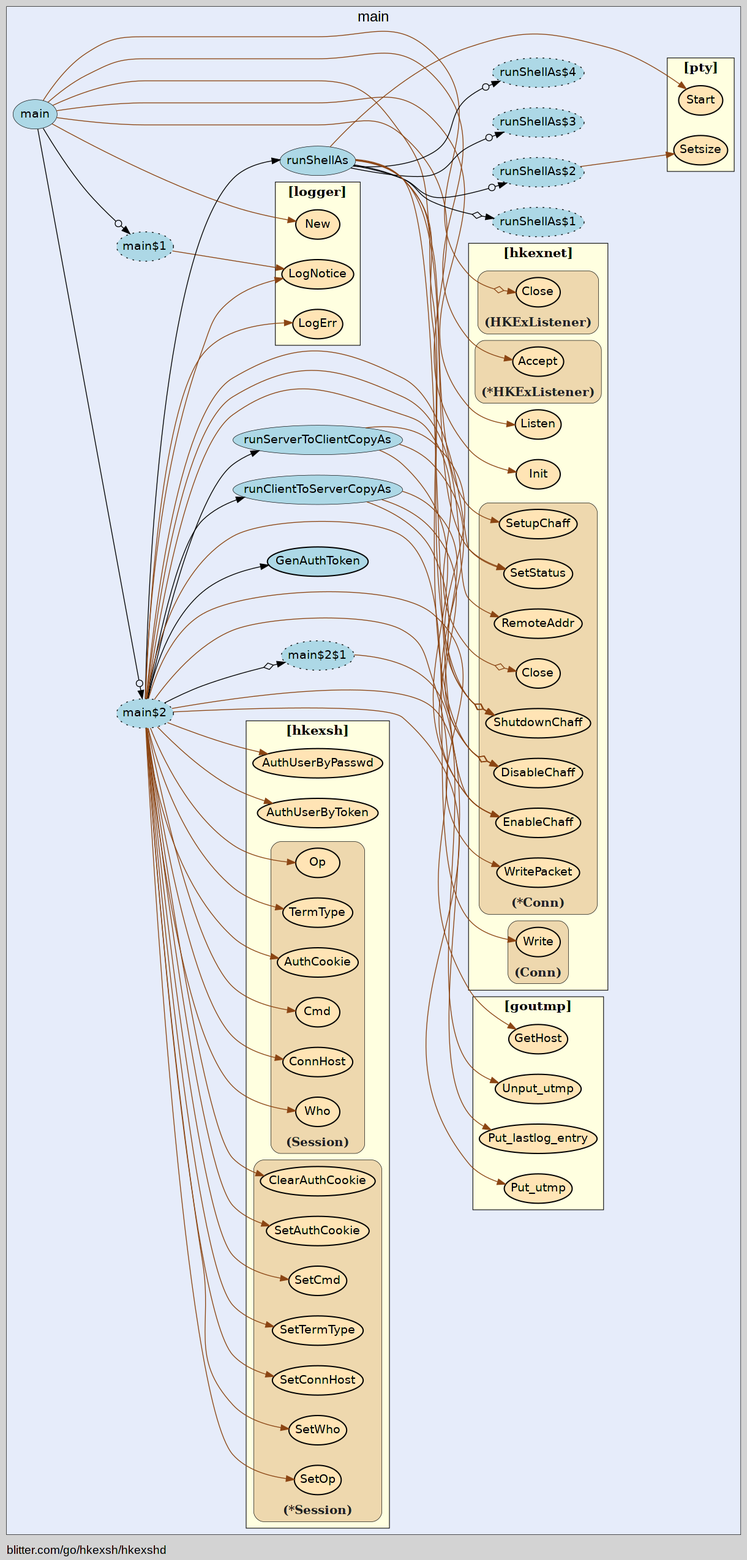
Above: hkexshd/hkexshd-vis.gv.png in isgasho/xs (Graphviz), before the change. Its source is kept beside it as hkexshd/hkexshd-vis.gv.
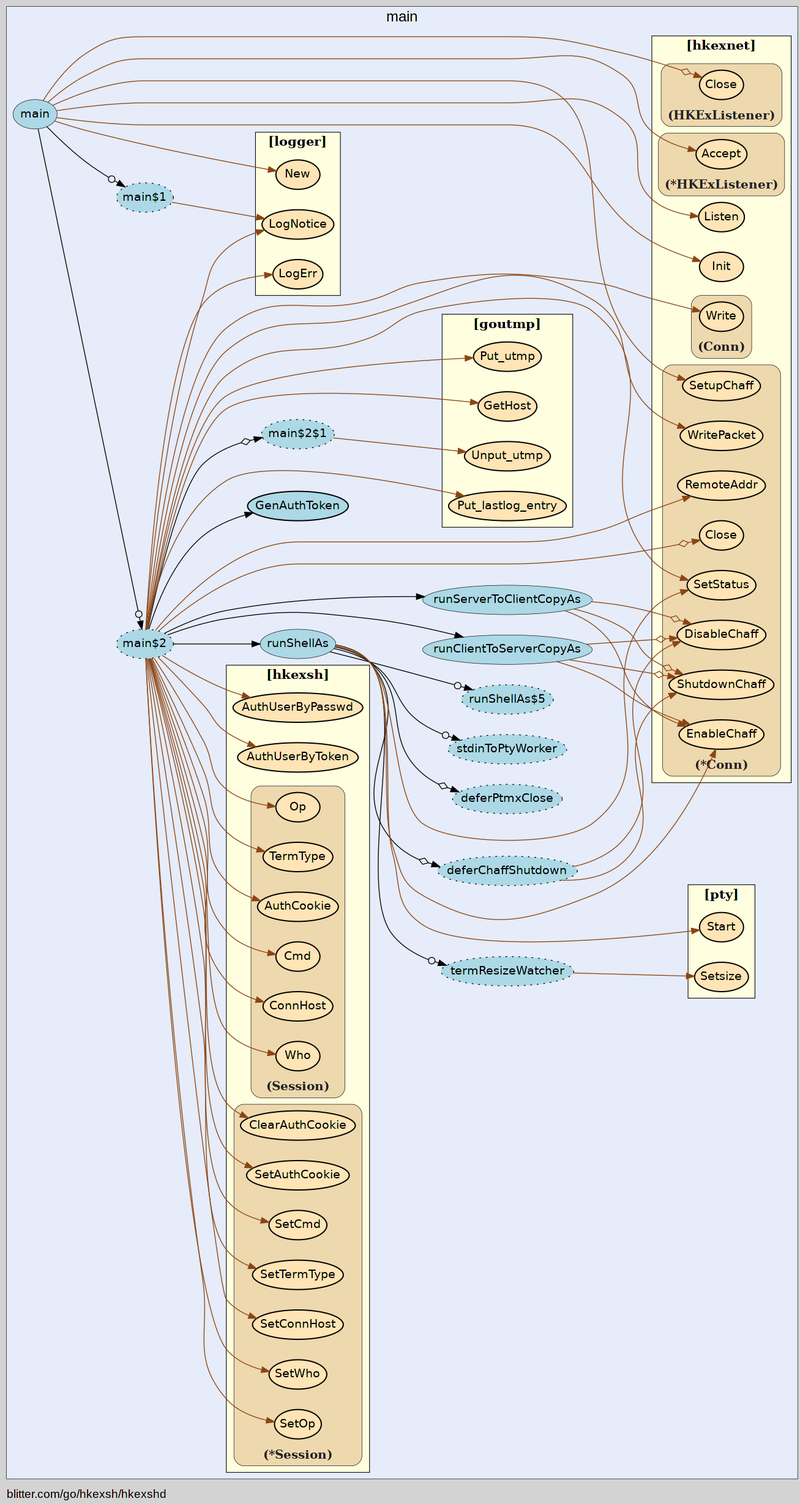
After the change.

Diff of the diagram source:
```diff
@@ -20,85 +20,86 @@
 labeljust="c";
 fontsize="18";
 
-        "blitter.com/go/hkexsh/hkexshd.main$1" [ label="main$1" style="dotted,filled" fillcolor="lightblue" ]
+        "blitter.com/go/hkexsh/hkexshd.main$1" [ fillcolor="lightblue" label="main$1" style="dotted,filled" ]
         "blitter.com/go/hkexsh/hkexshd.main" [ fillcolor="lightblue" label="main" penwidth="0.5" ]
-        "blitter.com/go/hkexsh/hkexshd.main$2" [ style="dotted,filled" fillcolor="lightblue" label="main$2" ]
-        "blitter.com/go/hkexsh/hkexshd.GenAuthToken" [ label="GenAuthToken" penwidth="1.5" fillcolor="lightblue" ]
+        "blitter.com/go/hkexsh/hkexshd.main$2" [ fillcolor="lightblue" label="main$2" style="dotted,filled" ]
+        "blitter.com/go/hkexsh/hkexshd.GenAuthToken" [ fillcolor="lightblue" label="GenAuthToken" penwidth="1.5" ]
         "blitter.com/go/hkexsh/hkexshd.runShellAs" [ fillcolor="lightblue" label="runShellAs" penwidth="0.5" ]
-        "blitter.com/go/hkexsh/hkexshd.runShellAs$1" [ style="dotted,filled" fillcolor="lightblue" label="runShellAs$1" ]
-        "blitter.com/go/hkexsh/hkexshd.runShellAs$2" [ fillcolor="lightblue" label="runShellAs$2" style="dotted,filled" ]
-        "blitter.com/go/hkexsh/hkexshd.runShellAs$3" [ fillcolor="lightblue" label="runShellAs$3" style="dotted,filled" ]
-        "blitter.com/go/hkexsh/hkexshd.runShellAs$4" [ label="runShellAs$4" style="dotted,filled" fillcolor="lightblue" ]
-        "blitter.com/go/hkexsh/hkexshd.main$2$1" [ fillcolor="lightblue" label="main$2$1" style="dotted,filled" ]
-        "blitter.com/go/hkexsh/hkexshd.runClientToServerCopyAs" [ fillcolor="lightblue" label="runClientToServerCopyAs" penwidth="0.5" ]
+        "blitter.com/go/hkexsh/hkexshd.runShellAs$1" [ fillcolor="lightblue" label="deferPtmxClose" style="dotted,filled" ]
+        "blitter.com/go/hkexsh/hkexshd.runShellAs$2" [ fillcolor="lightblue" label="termResizeWatcher" style="dotted,filled" ]
+        "blitter.com/go/hkexsh/hkexshd.runShellAs$3" [ fillcolor="lightblue" label="stdinToPtyWorker" style="dotted,filled" ]
+        "blitter.com/go/hkexsh/hkexshd.runShellAs$4" [ fillcolor="lightblue" label="deferChaffShutdown" style="dotted,filled" ]
+        "blitter.com/go/hkexsh/hkexshd.runShellAs$5" [ fillcolor="lightblue" label="runShellAs$5" style="dotted,filled" ]
+        "blitter.com/go/hkexsh/hkexshd.main$2$1" [ label="main$2$1" style="dotted,filled" fillcolor="lightblue" ]
+        "blitter.com/go/hkexsh/hkexshd.runClientToServerCopyAs" [ penwidth="0.5" fillcolor="lightblue" label="runClientToServerCopyAs" ]
         "blitter.com/go/hkexsh/hkexshd.runServerToClientCopyAs" [ fillcolor="lightblue" label="runServerToClientCopyAs" penwidth="0.5" ]
 
         subgraph "cluster_blitter.com/go/goutmp" {
-        penwidth="0.8";
+        style="filled";
 fillcolor="lightyellow";
+label="[goutmp]";
 URL="/?f=blitter.com/go/goutmp";
+tooltip="package: blitter.com/go/goutmp";
+penwidth="0.8";
 fontsize="16";
-style="filled";
 fontname="bold";
 rank="sink";
-label="[goutmp]";
-tooltip="package: blitter.com/go/goutmp";
 
         "blitter.com/go/goutmp.GetHost" [ fillcolor="moccasin" label="GetHost" penwidth="1.5" ]
-        "blitter.com/go/goutmp.Put_utmp" [ fillcolor="moccasin" label="Put_utmp" penwidth="1.5" ]
-        "blitter.com/go/goutmp.Unput_utmp" [ fillcolor="moccasin" label="Unput_utmp" penwidth="1.5" ]
+        "blitter.com/go/goutmp.Put_utmp" [ penwidth="1.5" fillcolor="moccasin" label="Put_utmp" ]
+        "blitter.com/go/goutmp.Unput_utmp" [ label="Unput_utmp" penwidth="1.5" fillcolor="moccasin" ]
         "blitter.com/go/goutmp.Put_lastlog_entry" [ fillcolor="moccasin" label="Put_lastlog_entry" penwidth="1.5" ]
 
     }
 
         subgraph "cluster_blitter.com/go/hkexsh" {
         style="filled";
-fontname="bold";
+fillcolor="lightyellow";
 label="[hkexsh]";
-fontsize="16";
-fillcolor="lightyellow";
-rank="sink";
-URL="/?f=blitter.com/go/hkexsh";
 tooltip="package: blitter.com/go/hkexsh";
 penwidth="0.8";
+fontsize="16";
+URL="/?f=blitter.com/go/hkexsh";
+fontname="bold";
+rank="sink";
 
         "blitter.com/go/hkexsh.AuthUserByToken" [ fillcolor="moccasin" label="AuthUserByToken" penwidth="1.5" ]
         "blitter.com/go/hkexsh.AuthUserByPasswd" [ fillcolor="moccasin" label="AuthUserByPasswd" penwidth="1.5" ]
 
         subgraph "cluster_*blitter.com/go/hkexsh.Session" {
-        fontsize="15";
-fontcolor="#222222";
-labelloc="b";
+        labelloc="b";
 style="rounded,filled";
 fillcolor="wheat2";
 label="(*Session)";
 tooltip="type: *blitter.com/go/hkexsh.Session";
 penwidth="0.5";
+fontsize="15";
+fontcolor="#222222";
 
-        "(*blitter.com/go/hkexsh.Session).SetOp" [ fillcolor="moccasin" label="SetOp" penwidth="1.5" ]
+        "(*blitter.com/go/hkexsh.Session).SetOp" [ label="SetOp" penwidth="1.5" fillcolor="moccasin" ]
         "(*blitter.com/go/hkexsh.Session).SetWho" [ fillcolor="moccasin" label="SetWho" penwidth="1.5" ]
         "(*blitter.com/go/hkexsh.Session).SetConnHost" [ fillcolor="moccasin" label="SetConnHost" penwidth="1.5" ]
         "(*blitter.com/go/hkexsh.Session).SetTermType" [ fillcolor="moccasin" label="SetTermType" penwidth="1.5" ]
         "(*blitter.com/go/hkexsh.Session).SetCmd" [ penwidth="1.5" fillcolor="moccasin" label="SetCmd" ]
         "(*blitter.com/go/hkexsh.Session).SetAuthCookie" [ fillcolor="moccasin" label="SetAuthCookie" penwidth="1.5" ]
-        "(*blitter.com/go/hkexsh.Session).ClearAuthCookie" [ fillcolor="moccasin" label="ClearAuthCookie" penwidth="1.5" ]
+        "(*blitter.com/go/hkexsh.Session).ClearAuthCookie" [ label="ClearAuthCookie" penwidth="1.5" fillcolor="moccasin" ]
 
     }
 
         subgraph "cluster_blitter.com/go/hkexsh.Session" {
-        fontcolor="#222222";
+        label="(Session)";
+tooltip="type: blitter.com/go/hkexsh.Session";
+penwidth="0.5";
+fontsize="15";
+fontcolor="#222222";
 labelloc="b";
 style="rounded,filled";
 fillcolor="wheat2";
-label="(Session)";
-tooltip="type: blitter.com/go/hkexsh.Session";
-penwidth="0.5";
-fontsize="15";
 
-        "(blitter.com/go/hkexsh.Session).Op" [ fillcolor="moccasin" label="Op" penwidth="1.5" ]
+        "(blitter.com/go/hkexsh.Session).Op" [ penwidth="1.5" fillcolor="moccasin" label="Op" ]
         "(blitter.com/go/hkexsh.Session).Who" [ fillcolor="moccasin" label="Who" penwidth="1.5" ]
-        "(blitter.com/go/hkexsh.Session).ConnHost" [ label="ConnHost" penwidth="1.5" fillcolor="moccasin" ]
-        "(blitter.com/go/hkexsh.Session).Cmd" [ label="Cmd" penwidth="1.5" fillcolor="moccasin" ]
+        "(blitter.com/go/hkexsh.Session).ConnHost" [ fillcolor="moccasin" label="ConnHost" penwidth="1.5" ]
+        "(blitter.com/go/hkexsh.Session).Cmd" [ fillcolor="moccasin" label="Cmd" penwidth="1.5" ]
         "(blitter.com/go/hkexsh.Session).AuthCookie" [ fillcolor="moccasin" label="AuthCookie" penwidth="1.5" ]
         "(blitter.com/go/hkexsh.Session).TermType" [ fillcolor="moccasin" label="TermType" penwidth="1.5" ]
 
@@ -107,34 +108,34 @@
     }
 
         subgraph "cluster_blitter.com/go/hkexsh/hkexnet" {
-        fillcolor="lightyellow";
+        tooltip="package: blitter.com/go/hkexsh/hkexnet";
 fontname="bold";
-tooltip="package: blitter.com/go/hkexsh/hkexnet";
+rank="sink";
+label="[hkexnet]";
+fillcolor="lightyellow";
 URL="/?f=blitter.com/go/hkexsh/hkexnet";
 penwidth="0.8";
 fontsize="16";
 style="filled";
-rank="sink";
-label="[hkexnet]";
 
-        "blitter.com/go/hkexsh/hkexnet.Init" [ fillcolor="moccasin" label="Init" penwidth="1.5" ]
+        "blitter.com/go/hkexsh/hkexnet.Init" [ label="Init" penwidth="1.5" fillcolor="moccasin" ]
         "blitter.com/go/hkexsh/hkexnet.Listen" [ fillcolor="moccasin" label="Listen" penwidth="1.5" ]
 
         subgraph "cluster_*blitter.com/go/hkexsh/hkexnet.Conn" {
-        fillcolor="wheat2";
+        style="rounded,filled";
+fillcolor="wheat2";
 label="(*Conn)";
 tooltip="type: *blitter.com/go/hkexsh/hkexnet.Conn";
 penwidth="0.5";
 fontsize="15";
 fontcolor="#222222";
 labelloc="b";
-style="rounded,filled";
 
-        "(*blitter.com/go/hkexsh/hkexnet.Conn).SetupChaff" [ label="SetupChaff" penwidth="1.5" fillcolor="moccasin" ]
+        "(*blitter.com/go/hkexsh/hkexnet.Conn).SetupChaff" [ fillcolor="moccasin" label="SetupChaff" penwidth="1.5" ]
         "(*blitter.com/go/hkexsh/hkexnet.Conn).Close" [ fillcolor="moccasin" label="Close" penwidth="1.5" ]
-        "(*blitter.com/go/hkexsh/hkexnet.Conn).RemoteAddr" [ fillcolor="moccasin" label="RemoteAddr" penwidth="1.5" ]
+        "(*blitter.com/go/hkexsh/hkexnet.Conn).RemoteAddr" [ label="RemoteAddr" penwidth="1.5" fillcolor="moccasin" ]
         "(*blitter.com/go/hkexsh/hkexnet.Conn).EnableChaff" [ fillcolor="moccasin" label="EnableChaff" penwidth="1.5" ]
-        "(*blitter.com/go/hkexsh/hkexnet.Conn).DisableChaff" [ penwidth="1.5" fillcolor="moccasin" label="DisableChaff" ]
+        "(*blitter.com/go/hkexsh/hkexnet.Conn).DisableChaff" [ fillcolor="moccasin" label="DisableChaff" penwidth="1.5" ]
         "(*blitter.com/go/hkexsh/hkexnet.Conn).ShutdownChaff" [ fillcolor="moccasin" label="ShutdownChaff" penwidth="1.5" ]
         "(*blitter.com/go/hkexsh/hkexnet.Conn).SetStatus" [ fillcolor="moccasin" label="SetStatus" penwidth="1.5" ]
         "(*blitter.com/go/hkexsh/hkexnet.Conn).WritePacket" [ fillcolor="moccasin" label="WritePacket" penwidth="1.5" ]
@@ -142,42 +143,42 @@
     }
 
         subgraph "cluster_*blitter.com/go/hkexsh/hkexnet.HKExListener" {
-        fontcolor="#222222";
+        label="(*HKExListener)";
+tooltip="type: *blitter.com/go/hkexsh/hkexnet.HKExListener";
+penwidth="0.5";
+fontsize="15";
+fontcolor="#222222";
 labelloc="b";
 style="rounded,filled";
 fillcolor="wheat2";
-label="(*HKExListener)";
-tooltip="type: *blitter.com/go/hkexsh/hkexnet.HKExListener";
-penwidth="0.5";
-fontsize="15";
 
-        "(*blitter.com/go/hkexsh/hkexnet.HKExListener).Accept" [ fillcolor="moccasin" label="Accept" penwidth="1.5" ]
+        "(*blitter.com/go/hkexsh/hkexnet.HKExListener).Accept" [ label="Accept" penwidth="1.5" fillcolor="moccasin" ]
 
     }
 
         subgraph "cluster_blitter.com/go/hkexsh/hkexnet.Conn" {
-        fontcolor="#222222";
-labelloc="b";
-style="rounded,filled";
-fillcolor="wheat2";
+        fillcolor="wheat2";
 label="(Conn)";
 tooltip="type: blitter.com/go/hkexsh/hkexnet.Conn";
 penwidth="0.5";
 fontsize="15";
+fontcolor="#222222";
+labelloc="b";
+style="rounded,filled";
 
-        "(blitter.com/go/hkexsh/hkexnet.Conn).Write" [ penwidth="1.5" fillcolor="moccasin" label="Write" ]
+        "(blitter.com/go/hkexsh/hkexnet.Conn).Write" [ fillcolor="moccasin" label="Write" penwidth="1.5" ]
 
     }
 
         subgraph "cluster_blitter.com/go/hkexsh/hkexnet.HKExListener" {
-        fillcolor="wheat2";
+        style="rounded,filled";
+fillcolor="wheat2";
 label="(HKExListener)";
 tooltip="type: blitter.com/go/hkexsh/hkexnet.HKExListener";
 penwidth="0.5";
 fontsize="15";
 fontcolor="#222222";
 labelloc="b";
-style="rounded,filled";
 
         "(blitter.com/go/hkexsh/hkexnet.HKExListener).Close" [ fillcolor="moccasin" label="Close" penwidth="1.5" ]
 
@@ -186,15 +187,15 @@
     }
 
         subgraph "cluster_blitter.com/go/hkexsh/logger" {
-        fillcolor="lightyellow";
-label="[logger]";
-penwidth="0.8";
+        penwidth="0.8";
+fontsize="16";
 style="filled";
 rank="sink";
+label="[logger]";
 URL="/?f=blitter.com/go/hkexsh/logger";
+fillcolor="lightyellow";
+fontname="bold";
 tooltip="package: blitter.com/go/hkexsh/logger";
-fontsize="16";
-fontname="bold";
 
         "blitter.com/go/hkexsh/logger.LogNotice" [ fillcolor="moccasin" label="LogNotice" penwidth="1.5" ]
         "blitter.com/go/hkexsh/logger.New" [ fillcolor="moccasin" label="New" penwidth="1.5" ]
@@ -204,14 +205,14 @@
 
         subgraph "cluster_github.com/kr/pty" {
         fillcolor="lightyellow";
-fontname="bold";
 rank="sink";
-label="[pty]";
-URL="/?f=github.com/kr/pty";
+tooltip="package: github.com/kr/pty";
 penwidth="0.8";
 fontsize="16";
 style="filled";
-tooltip="package: github.com/kr/pty";
+fontname="bold";
+label="[pty]";
+URL="/?f=github.com/kr/pty";
 
         "github.com/kr/pty.Start" [ fillcolor="moccasin" label="Start" penwidth="1.5" ]
         "github.com/kr/pty.Setsize" [ fillcolor="moccasin" label="Setsize" penwidth="1.5" ]
@@ -255,9 +256,10 @@
     "blitter.com/go/hkexsh/hkexshd.runShellAs" -> "blitter.com/go/hkexsh/hkexshd.runShellAs$2" [ arrowhead="normalnoneodot" ]
     "blitter.com/go/hkexsh/hkexshd.runShellAs" -> "blitter.com/go/hkexsh/hkexshd.runShellAs$3" [ arrowhead="normalnoneodot" ]
     "blitter.com/go/hkexsh/hkexshd.runShellAs" -> "(*blitter.com/go/hkexsh/hkexnet.Conn).EnableChaff" [ color="saddlebrown" ]
-    "blitter.com/go/hkexsh/hkexshd.runShellAs" -> "(*blitter.com/go/hkexsh/hkexnet.Conn).DisableChaff" [ color="saddlebrown" arrowhead="normalnoneodiamond" ]
-    "blitter.com/go/hkexsh/hkexshd.runShellAs" -> "(*blitter.com/go/hkexsh/hkexnet.Conn).ShutdownChaff" [ arrowhead="normalnoneodiamond" color="saddlebrown" ]
-    "blitter.com/go/hkexsh/hkexshd.runShellAs" -> "blitter.com/go/hkexsh/hkexshd.runShellAs$4" [ arrowhead="normalnoneodot" ]
+    "blitter.com/go/hkexsh/hkexshd.runShellAs$4" -> "(*blitter.com/go/hkexsh/hkexnet.Conn).DisableChaff" [ color="saddlebrown" ]
+    "blitter.com/go/hkexsh/hkexshd.runShellAs$4" -> "(*blitter.com/go/hkexsh/hkexnet.Conn).ShutdownChaff" [ color="saddlebrown" ]
+    "blitter.com/go/hkexsh/hkexshd.runShellAs" -> "blitter.com/go/hkexsh/hkexshd.runShellAs$4" [ arrowhead="normalnoneodiamond" ]
+    "blitter.com/go/hkexsh/hkexshd.runShellAs" -> "blitter.com/go/hkexsh/hkexshd.runShellAs$5" [ arrowhead="normalnoneodot" ]
     "blitter.com/go/hkexsh/hkexshd.runShellAs" -> "(*blitter.com/go/hkexsh/hkexnet.Conn).SetStatus" [ color="saddlebrown" ]
     "blitter.com/go/hkexsh/hkexshd.main$2" -> "blitter.com/go/hkexsh/hkexshd.runShellAs" [  ]
     "blitter.com/go/hkexsh/hkexshd.main$2" -> "blitter.com/go/hkexsh/logger.LogErr" [ color="saddlebrown" ]
```
